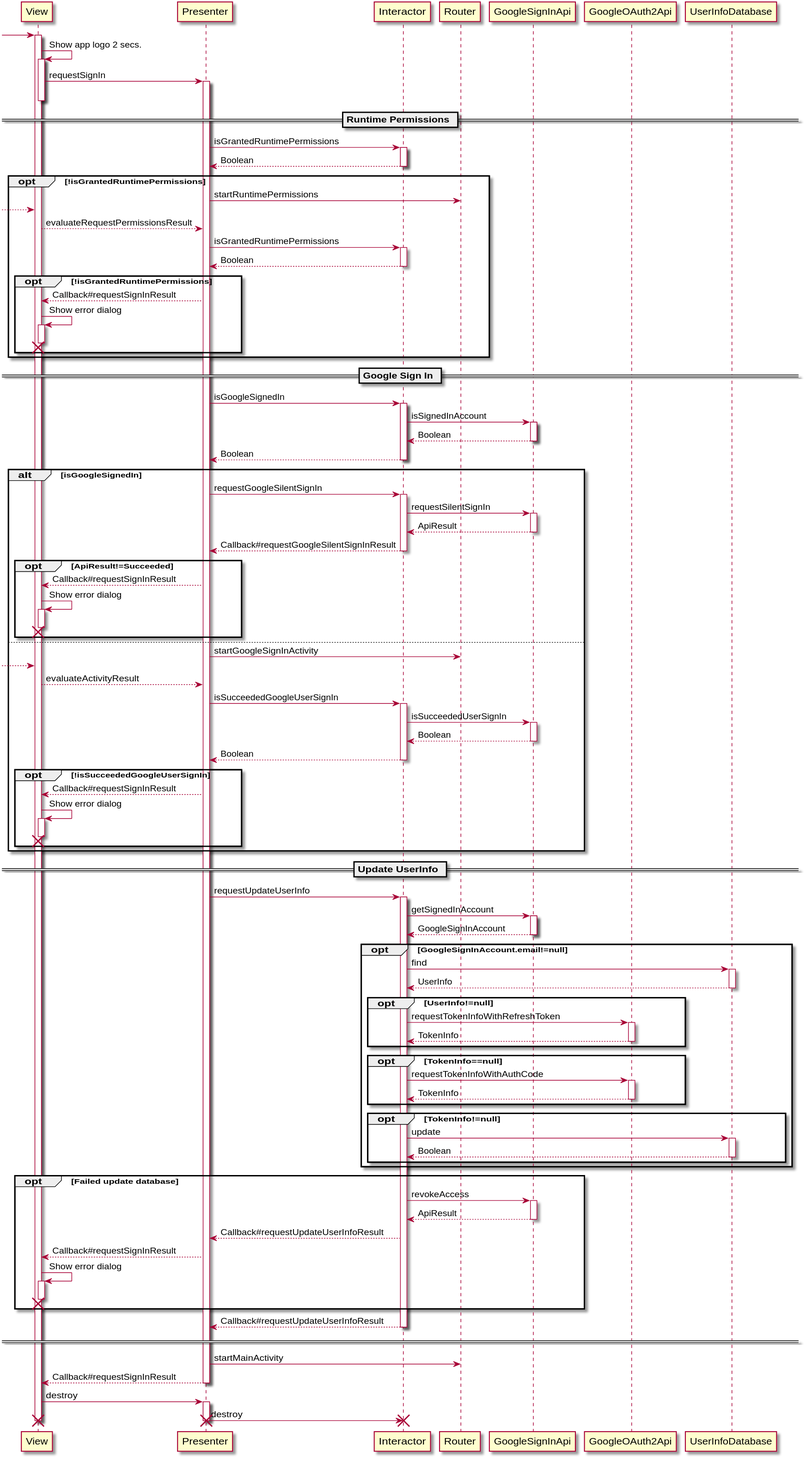
Before: uml/splash/sequence_diagram_splash.svg, a diagram exported from PlantUML (sallyluenoa/PhotoSlideShow).
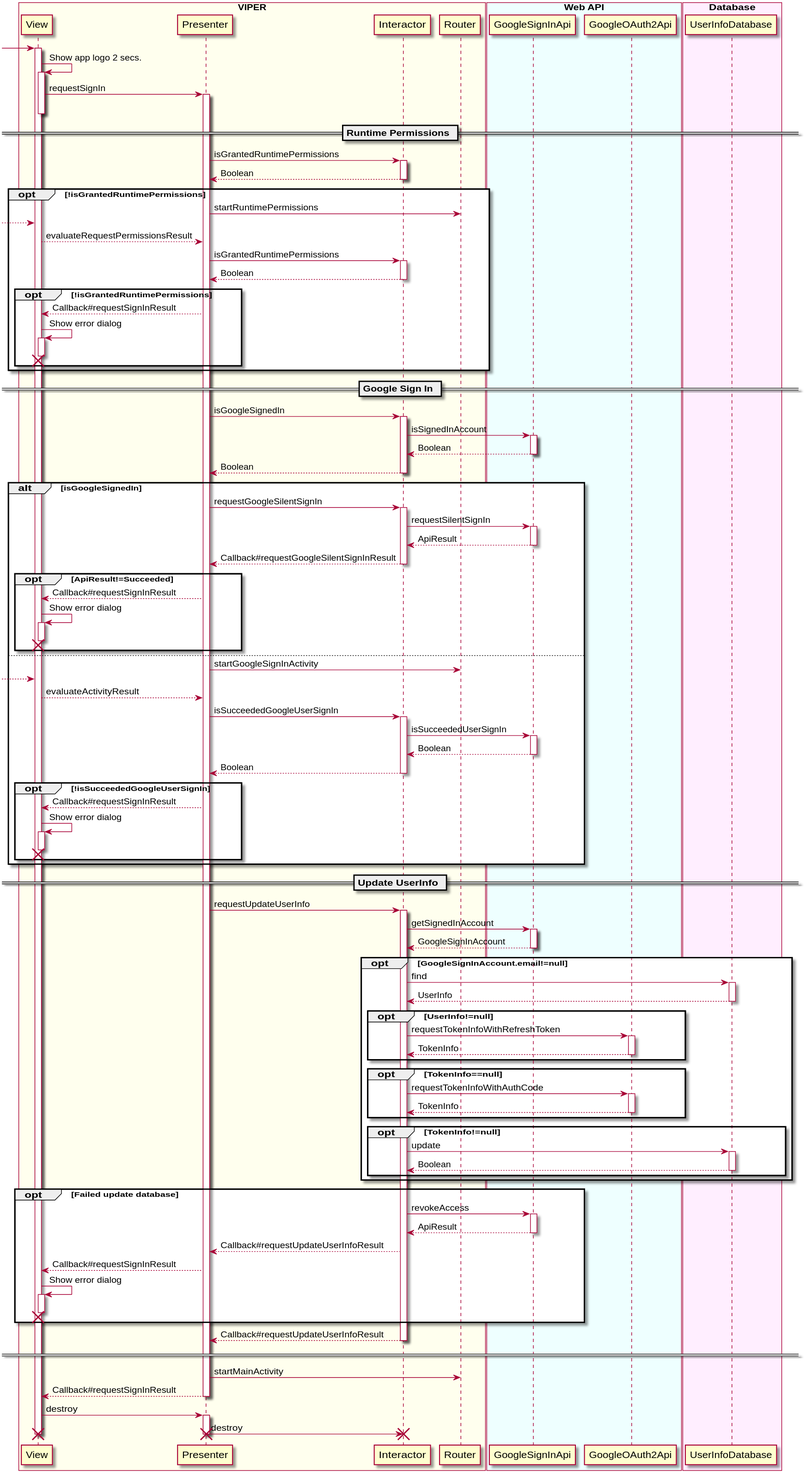
After the commit.

Commit message:
Write UML for design #13

* Update splash sequence.

Change to the diagram source:
```diff
@@ -1,13 +1,19 @@
 @startuml
-participant View
-participant Presenter
-participant Interactor
-participant Router
+box "VIPER" #FFFFEE
+  participant View
+  participant Presenter
+  participant Interactor
+  participant Router
+end box
 
-participant GoogleSignInApi
-participant GoogleOAuth2Api
-participant UserInfoDatabase
+box "Web API" #EEFFFF
+  participant GoogleSignInApi
+  participant GoogleOAuth2Api
+end box
 
+box "Database" #FFEEFF
+  participant UserInfoDatabase
+end box
 
 [-> View
 activate View
```
